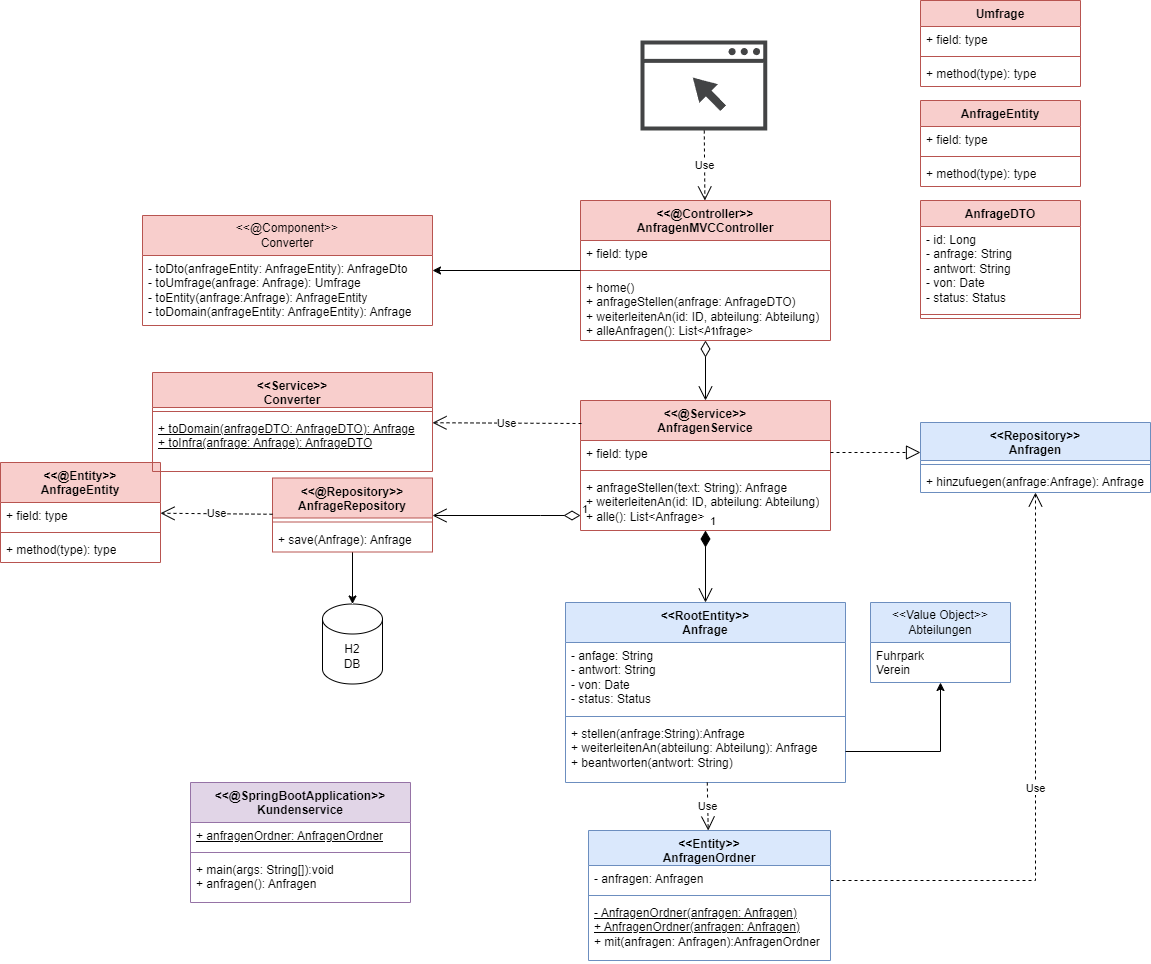
HLWoock/DDD_Kundenservice_map keeps this draw.io diagram as umlDb.png. Above is the earlier version. Source tidied: cells renumbered, new cells last; positions are measured from the earlier drawing's top-left corner, leaving out a move shared by most shapes.
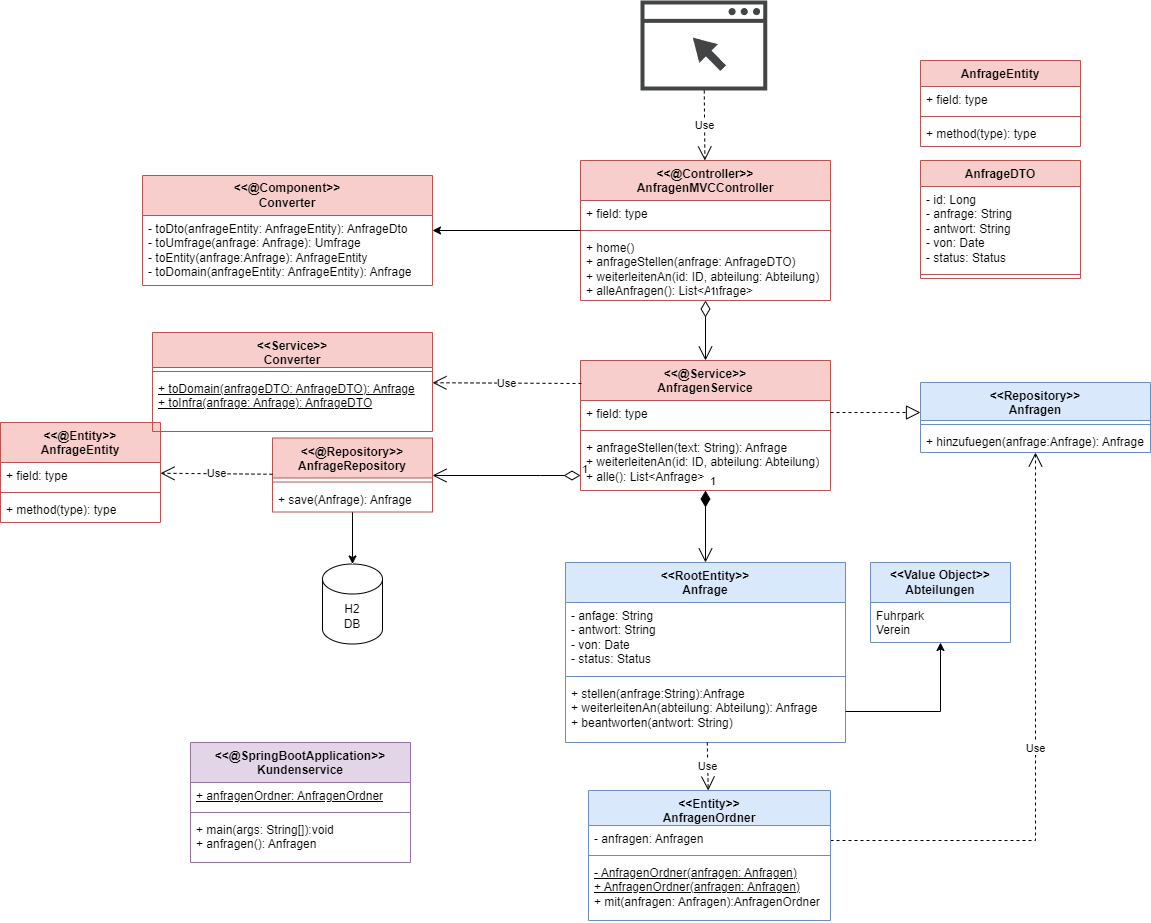
Later version of the same file.

Commit message:
Diagramme upgedated

The edit, as a diff of the source:
```diff
@@ -159,7 +159,7 @@
         </Array>
       </mxGeometry>
     </mxCell>
-    <mxCell id="50" value="&amp;lt;&amp;lt;@Component&amp;gt;&amp;gt;&lt;br&gt;Converter" style="swimlane;fontStyle=0;horizontal=1;startSize=40;fillColor=#f8cecc;whiteSpace=wrap;html=1;strokeColor=#b85450;" parent="1" vertex="1">
+    <mxCell id="50" value="&lt;b&gt;&amp;lt;&amp;lt;@Component&amp;gt;&amp;gt;&lt;br&gt;Converter&lt;/b&gt;" style="swimlane;fontStyle=0;horizontal=1;startSize=40;fillColor=#f8cecc;whiteSpace=wrap;html=1;strokeColor=#b85450;" parent="1" vertex="1">
       <mxGeometry x="142" y="215" width="290" height="110" as="geometry" />
     </mxCell>
     <mxCell id="51" value="- toDto(anfrageEntity: AnfrageEntity): AnfrageDto&lt;br&gt;- toUmfrage(anfrage: Anfrage): Umfrage&lt;br&gt;- toEntity(anfrage:Anfrage): AnfrageEntity&lt;br&gt;- toDomain(anfrageEntity: AnfrageEntity): Anfrage" style="text;strokeColor=none;fillColor=none;align=left;verticalAlign=top;spacingLeft=4;spacingRight=4;overflow=hidden;whiteSpace=wrap;html=1;" parent="50" vertex="1">
@@ -168,7 +168,7 @@
     <mxCell id="52" style="edgeStyle=orthogonalEdgeStyle;rounded=0;jettySize=auto;html=1;" parent="1" edge="1" source="4" target="50">
       <mxGeometry relative="1" as="geometry" />
     </mxCell>
-    <mxCell id="53" value="&amp;lt;&amp;lt;Value Object&amp;gt;&amp;gt;&lt;br&gt;Abteilungen" style="swimlane;fontStyle=0;horizontal=1;startSize=40;fillColor=#dae8fc;whiteSpace=wrap;html=1;strokeColor=#6c8ebf;" parent="1" vertex="1">
+    <mxCell id="53" value="&lt;b&gt;&amp;lt;&amp;lt;Value Object&amp;gt;&amp;gt;&lt;br&gt;Abteilungen&lt;/b&gt;" style="swimlane;fontStyle=0;horizontal=1;startSize=40;fillColor=#dae8fc;whiteSpace=wrap;html=1;strokeColor=#6c8ebf;" parent="1" vertex="1">
       <mxGeometry x="870" y="602" width="140" height="80" as="geometry" />
     </mxCell>
     <mxCell id="54" value="Fuhrpark&lt;br&gt;Verein" style="text;strokeColor=none;fillColor=none;align=left;verticalAlign=top;spacingLeft=4;spacingRight=4;overflow=hidden;whiteSpace=wrap;html=1;" parent="53" vertex="1">
@@ -189,17 +189,5 @@
     <mxCell id="59" value="+ method(type): type" style="text;strokeColor=none;fillColor=none;align=left;verticalAlign=top;spacingLeft=4;spacingRight=4;overflow=hidden;whiteSpace=wrap;html=1;" parent="56" vertex="1">
       <mxGeometry y="60" width="160" height="26" as="geometry" />
     </mxCell>
-    <mxCell id="60" value="Umfrage" style="swimlane;fontStyle=1;align=center;verticalAlign=top;horizontal=1;startSize=26;whiteSpace=wrap;html=1;fillColor=#f8cecc;strokeColor=#b85450;" parent="1" vertex="1">
-      <mxGeometry x="920" width="160" height="86" as="geometry" />
-    </mxCell>
-    <mxCell id="61" value="+ field: type" style="text;strokeColor=none;fillColor=none;align=left;verticalAlign=top;spacingLeft=4;spacingRight=4;overflow=hidden;whiteSpace=wrap;html=1;" parent="60" vertex="1">
-      <mxGeometry y="26" width="160" height="26" as="geometry" />
-    </mxCell>
-    <mxCell id="62" style="line;strokeWidth=1;fillColor=none;align=left;verticalAlign=middle;spacingTop=-1;spacingLeft=3;spacingRight=3;labelPosition=right;strokeColor=inherit;" parent="60" vertex="1">
-      <mxGeometry y="52" width="160" height="8" as="geometry" />
-    </mxCell>
-    <mxCell id="63" value="+ method(type): type" style="text;strokeColor=none;fillColor=none;align=left;verticalAlign=top;spacingLeft=4;spacingRight=4;overflow=hidden;whiteSpace=wrap;html=1;" parent="60" vertex="1">
-      <mxGeometry y="60" width="160" height="26" as="geometry" />
-    </mxCell>
   </root>
 </mxGraphModel>
```
